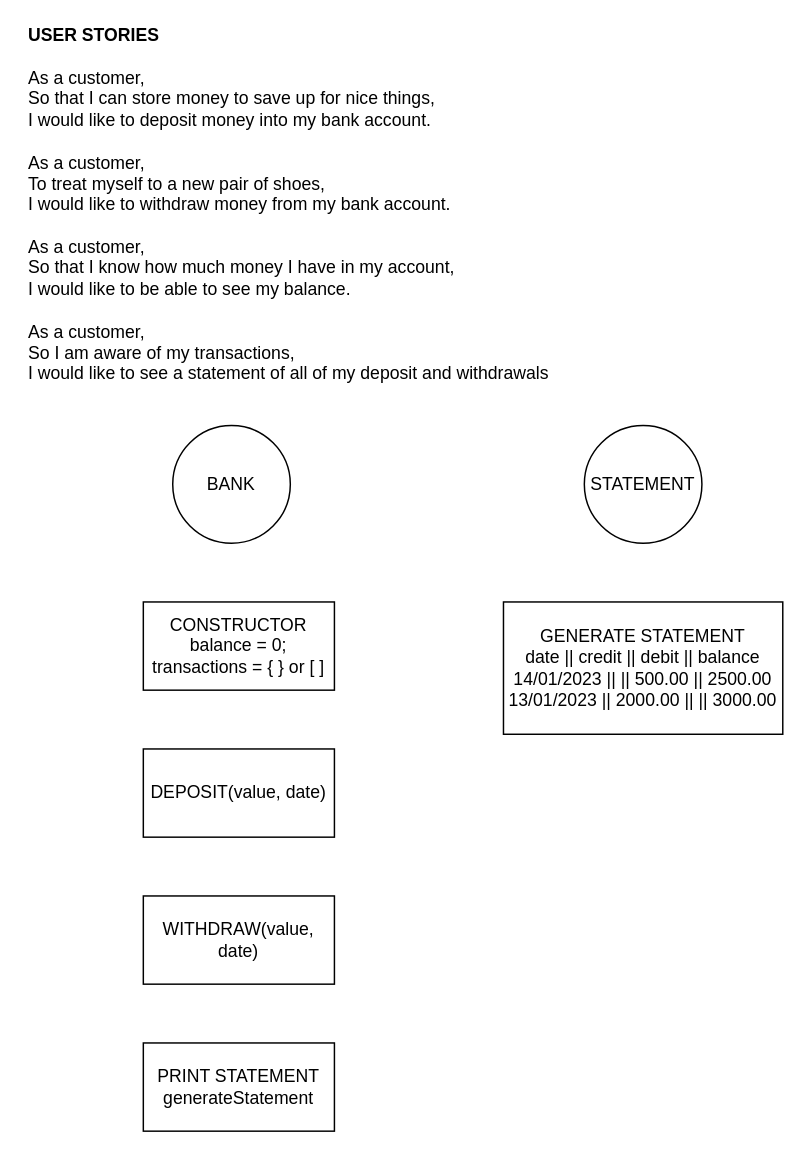
heykathl/bank-tech-test keeps this draw.io diagram as Bank.drawio. Above is the earlier version. Source tidied: cells renumbered, new cells numbered last; positions are measured from the earlier drawing's top-left corner, leaving out a move shared by most shapes. Both pictures are drawn from the tidied source at 147%, with x=0, y=0 at pixel (25, 28).
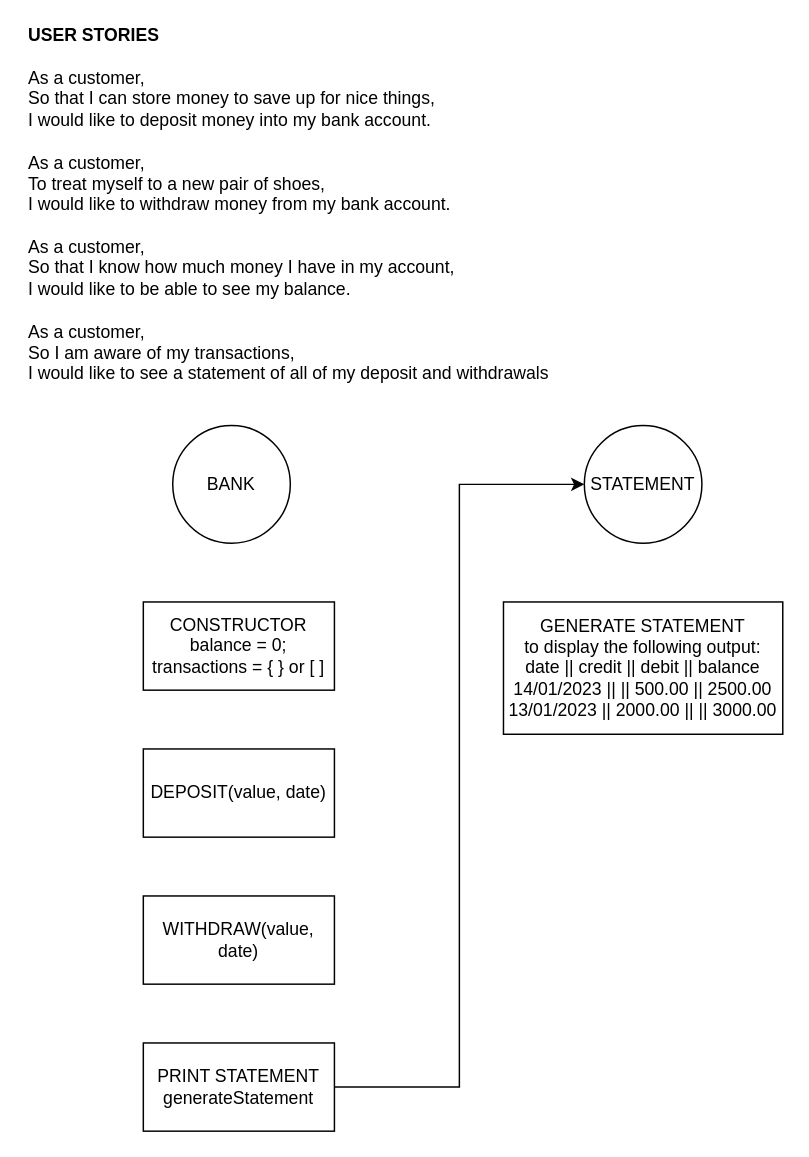
After the change.

Diff of the diagram source:
```diff
@@
 <mxGraphModel>
   <root>
     <mxCell id="0" />
     <mxCell id="1" parent="0" />
     <mxCell id="2" value="BANK" style="ellipse;whiteSpace=wrap;html=1;" parent="1" vertex="1">
       <mxGeometry x="100" y="270" width="80" height="80" as="geometry" />
     </mxCell>
     <mxCell id="3" value="DEPOSIT(value, date)" style="rounded=0;whiteSpace=wrap;html=1;" parent="1" vertex="1">
       <mxGeometry x="80" y="490" width="130" height="60" as="geometry" />
     </mxCell>
     <mxCell id="4" value="WITHDRAW(value, date)" style="rounded=0;whiteSpace=wrap;html=1;" parent="1" vertex="1">
       <mxGeometry x="80" y="590" width="130" height="60" as="geometry" />
     </mxCell>
-    <mxCell id="5" value="GENERATE STATEMENT&lt;br&gt;&lt;div&gt;date || credit || debit || balance&lt;/div&gt;&lt;div&gt;14/01/2023 || || 500.00 || 2500.00&lt;/div&gt;&lt;div&gt;13/01/2023 || 2000.00 || || 3000.00&lt;/div&gt;" style="rounded=0;whiteSpace=wrap;html=1;" parent="1" vertex="1">
+    <mxCell id="5" value="GENERATE STATEMENT&lt;br&gt;to display the following output:&lt;br&gt;&lt;div&gt;date || credit || debit || balance&lt;/div&gt;&lt;div&gt;14/01/2023 || || 500.00 || 2500.00&lt;/div&gt;&lt;div&gt;13/01/2023 || 2000.00 || || 3000.00&lt;/div&gt;" style="rounded=0;whiteSpace=wrap;html=1;" parent="1" vertex="1">
       <mxGeometry x="325" y="390" width="190" height="90" as="geometry" />
     </mxCell>
     <mxCell id="6" value="CONSTRUCTOR&lt;br&gt;balance = 0;&lt;br&gt;transactions = { } or [ ]" style="rounded=0;whiteSpace=wrap;html=1;" parent="1" vertex="1">
       <mxGeometry x="80" y="390" width="130" height="60" as="geometry" />
     </mxCell>
     <mxCell id="7" value="&lt;b&gt;USER STORIES&lt;br&gt;&lt;/b&gt;&lt;div&gt;&lt;br&gt;&lt;/div&gt;As a customer,&lt;br&gt;So that I can store money to save up for nice things,&lt;br&gt;I would like to deposit money into my bank account.&lt;br&gt;&lt;br&gt;As a customer,&lt;br&gt;To treat myself to a new pair of shoes,&lt;br&gt;I would like to withdraw money from my bank account.&lt;br&gt;&lt;br&gt;As a customer,&lt;br&gt;So that I know how much money I have in my account,&lt;br&gt;I would like to be able to see my balance.&lt;br&gt;&lt;br&gt;As a customer,&lt;br&gt;So I am aware of my transactions,&lt;br&gt;I would like to see a statement of all of my deposit and withdrawals" style="text;html=1;align=left;verticalAlign=middle;strokeColor=none;fillColor=none;" parent="1" vertex="1">
       <mxGeometry width="370" height="240" as="geometry" />
     </mxCell>
     <mxCell id="8" value="STATEMENT" style="ellipse;whiteSpace=wrap;html=1;" parent="1" vertex="1">
       <mxGeometry x="380" y="270" width="80" height="80" as="geometry" />
     </mxCell>
+    <mxCell id="10" style="edgeStyle=orthogonalEdgeStyle;rounded=0;jettySize=auto;html=1;entryX=0;entryY=0.5;entryDx=0;entryDy=0;" parent="1" edge="1" source="9" target="8">
+      <mxGeometry relative="1" as="geometry" />
+    </mxCell>
     <mxCell id="9" value="PRINT STATEMENT&lt;br&gt;generateStatement" style="rounded=0;whiteSpace=wrap;html=1;" parent="1" vertex="1">
       <mxGeometry x="80" y="690" width="130" height="60" as="geometry" />
     </mxCell>
   </root>
 </mxGraphModel>
```
